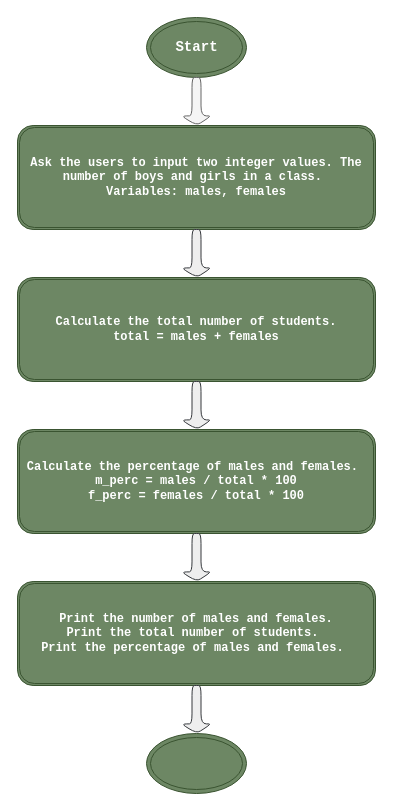
Above: hello.drawio in michallef/hello.drawio (draw.io), before the change. Source tidied: cells renumbered, new cells numbered last; positions are measured from the earlier drawing's top-left corner, leaving out a move shared by most shapes. Both pictures are drawn from the tidied source at 100%, with x=0, y=0 at pixel (17, 17).
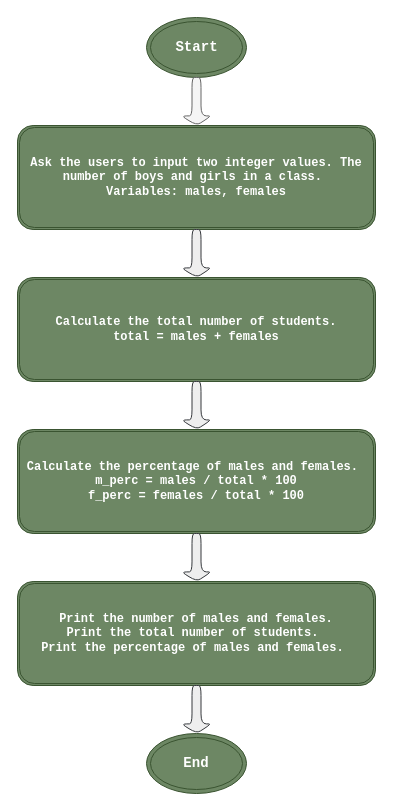
After the change.

Change to the diagram source:
```diff
@@
 <mxGraphModel background="#ffffff">
   <root>
     <mxCell id="0" />
     <mxCell id="1" parent="0" />
     <mxCell id="2" value="&lt;h3&gt;Start&lt;/h3&gt;" style="ellipse;shape=doubleEllipse;html=1;labelBackgroundColor=none;fontFamily=Courier New;rounded=1;fillStyle=auto;strokeColor=#3A5431;labelBorderColor=none;fontColor=#ffffff;fillColor=#6d8764;" parent="1" vertex="1">
       <mxGeometry x="129" width="100" height="60" as="geometry" />
     </mxCell>
     <mxCell id="3" style="shape=singleArrow;direction=south;whiteSpace=wrap;html=1;labelBackgroundColor=#f8f7f7;strokeColor=#666666;fontFamily=Courier New;fillColor=#f5f5f5;rounded=1;fontColor=#333333;" parent="1" vertex="1">
       <mxGeometry x="164" y="60" width="30" height="48" as="geometry" />
     </mxCell>
     <mxCell id="4" value="&lt;h4&gt;Ask the users to input two integer values. The number of boys and girls in a class.&amp;nbsp;&lt;br&gt;Variables: males, females&lt;/h4&gt;" style="shape=ext;double=1;rounded=1;whiteSpace=wrap;html=1;labelBackgroundColor=none;strokeColor=#3A5431;fontFamily=Courier New;fillColor=#6d8764;fontColor=#ffffff;align=center;verticalAlign=middle;labelBorderColor=none;" parent="1" vertex="1">
       <mxGeometry y="108" width="358" height="104" as="geometry" />
     </mxCell>
     <mxCell id="5" style="shape=singleArrow;direction=south;whiteSpace=wrap;html=1;labelBackgroundColor=#f8f7f7;fontFamily=Courier New;fillColor=#eeeeee;rounded=1;strokeColor=#36393d;" parent="1" vertex="1">
       <mxGeometry x="164" y="212" width="30" height="48" as="geometry" />
     </mxCell>
     <mxCell id="6" value="&lt;b&gt;Calculate the total number of students.&lt;br&gt;total = males + females&lt;/b&gt;" style="shape=ext;double=1;rounded=1;labelBackgroundColor=none;strokeColor=#3A5431;fontFamily=Courier New;fillColor=#6d8764;fontColor=#ffffff;whiteSpace=wrap;fontStyle=0;html=1;" parent="1" vertex="1">
       <mxGeometry y="260" width="358" height="104" as="geometry" />
     </mxCell>
     <mxCell id="7" style="shape=singleArrow;direction=south;whiteSpace=wrap;html=1;labelBackgroundColor=#f8f7f7;strokeColor=#36393d;fontFamily=Courier New;fillColor=#eeeeee;rounded=1;" parent="1" vertex="1">
       <mxGeometry x="164" y="364" width="30" height="48" as="geometry" />
     </mxCell>
     <mxCell id="8" value="Calculate the percentage of males and females.&amp;nbsp;&lt;br&gt;m_perc = males / total * 100&lt;br&gt;f_perc = females / total * 100" style="shape=ext;double=1;rounded=1;whiteSpace=wrap;html=1;labelBackgroundColor=none;strokeColor=#3A5431;fontFamily=Courier New;fillColor=#6d8764;fontColor=#ffffff;fontStyle=1;" parent="1" vertex="1">
       <mxGeometry y="412" width="358" height="104" as="geometry" />
     </mxCell>
     <mxCell id="9" style="shape=singleArrow;direction=south;whiteSpace=wrap;html=1;labelBackgroundColor=#f8f7f7;strokeColor=#36393d;fontFamily=Courier New;fillColor=#eeeeee;rounded=1;" parent="1" vertex="1">
       <mxGeometry x="164" y="516" width="30" height="48" as="geometry" />
     </mxCell>
     <mxCell id="10" value="&lt;b&gt;Print the number of males and females.&lt;br&gt;Print the total number of students.&amp;nbsp;&lt;br&gt;Print the percentage of males and females.&amp;nbsp;&lt;br&gt;&lt;/b&gt;" style="shape=ext;double=1;rounded=1;whiteSpace=wrap;html=1;labelBackgroundColor=none;strokeColor=#3A5431;fontFamily=Courier New;fillColor=#6d8764;fontColor=#ffffff;" parent="1" vertex="1">
       <mxGeometry y="564" width="358" height="104" as="geometry" />
     </mxCell>
     <mxCell id="11" style="shape=singleArrow;direction=south;whiteSpace=wrap;html=1;labelBackgroundColor=#f8f7f7;strokeColor=#36393d;fontFamily=Courier New;fillColor=#eeeeee;rounded=1;" parent="1" vertex="1">
       <mxGeometry x="164" y="668" width="30" height="48" as="geometry" />
     </mxCell>
-    <mxCell id="12" style="ellipse;shape=doubleEllipse;whiteSpace=wrap;html=1;labelBackgroundColor=none;strokeColor=#3A5431;fontFamily=Courier New;fillColor=#6d8764;rounded=1;fontColor=#ffffff;fontStyle=1;" parent="1" vertex="1">
+    <mxCell id="12" value="&lt;h3&gt;End&lt;/h3&gt;" style="ellipse;shape=doubleEllipse;whiteSpace=wrap;html=1;labelBackgroundColor=none;strokeColor=#3A5431;fontFamily=Courier New;fillColor=#6d8764;rounded=1;fontColor=#ffffff;fontStyle=1;" parent="1" vertex="1">
       <mxGeometry x="129" y="716" width="100" height="60" as="geometry" />
     </mxCell>
   </root>
 </mxGraphModel>
```
